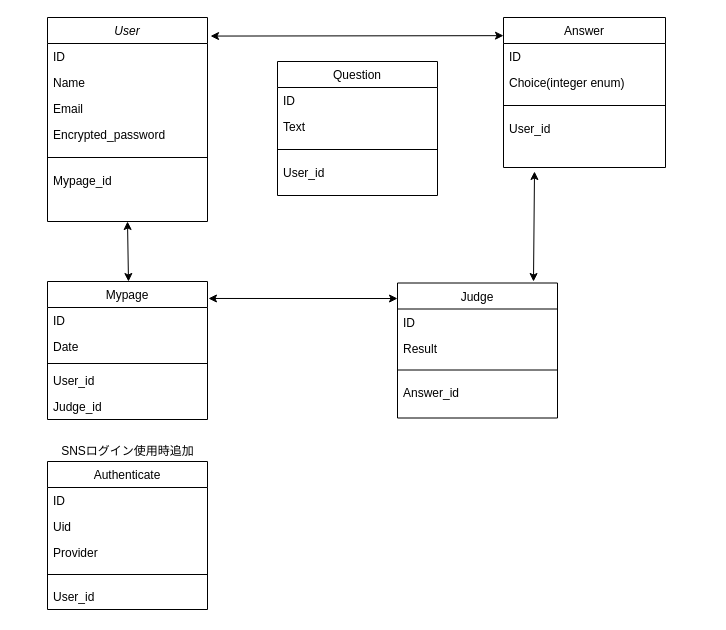
The draw.io diagram ER図.drawio in kyohei-917/meat_head, before the edit. Source tidied: cells renumbered, new cells numbered last; positions are measured from the earlier drawing's top-left corner, leaving out a move shared by most shapes. Both pictures are drawn from the tidied source at 100%, with x=0, y=0 at pixel (47, 17).
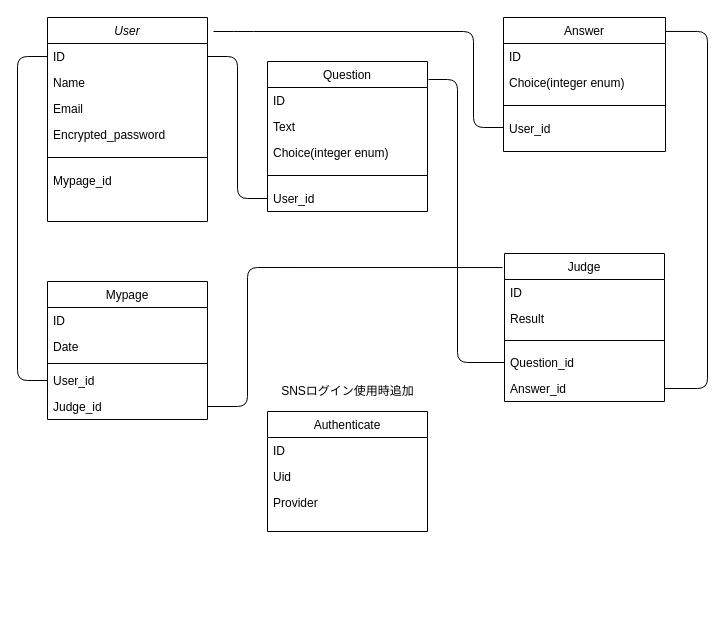
Above is the later version.

The change refers to these unchanged cells:
```xml
<mxCell id="2" value="User" style="swimlane;fontStyle=2;align=center;verticalAlign=top;horizontal=1;startSize=26;rounded=0;shadow=0;strokeWidth=1;" parent="1" vertex="1">
  <mxGeometry width="160" height="204" as="geometry" />
</mxCell>
<mxCell id="3" value="ID" style="text;align=left;verticalAlign=top;spacingLeft=4;spacingRight=4;overflow=hidden;points=[[0,0.5],[1,0.5]];portConstraint=eastwest;" parent="2" vertex="1">
  <mxGeometry y="26" width="160" height="26" as="geometry" />
</mxCell>
<mxCell id="14" value="Mypage" style="swimlane;fontStyle=0;align=center;verticalAlign=top;horizontal=1;startSize=26;rounded=0;shadow=0;strokeWidth=1;" parent="1" vertex="1">
  <mxGeometry y="264" width="160" height="138" as="geometry" />
</mxCell>
<mxCell id="18" value="User_id" style="text;align=left;verticalAlign=top;spacingLeft=4;spacingRight=4;overflow=hidden;points=[[0,0.5],[1,0.5]];portConstraint=eastwest;" parent="14" vertex="1">
  <mxGeometry y="86" width="160" height="26" as="geometry" />
</mxCell>
<mxCell id="19" value="Judge_id" style="text;align=left;verticalAlign=top;spacingLeft=4;spacingRight=4;overflow=hidden;points=[[0,0.5],[1,0.5]];portConstraint=eastwest;" parent="14" vertex="1">
  <mxGeometry y="112" width="160" height="26" as="geometry" />
</mxCell>
```

Change to the diagram source:
```diff
@@
     <mxCell id="9" value="Judge" style="swimlane;fontStyle=0;align=center;verticalAlign=top;horizontal=1;startSize=26;rounded=0;shadow=0;strokeWidth=1;" parent="1" vertex="1">
-      <mxGeometry x="350" y="265.5" width="160" height="135" as="geometry" />
+      <mxGeometry x="457" y="236" width="160" height="148" as="geometry" />
     </mxCell>
@@
-    <mxCell id="13" value="Answer_id" style="text;align=left;verticalAlign=top;spacingLeft=4;spacingRight=4;overflow=hidden;points=[[0,0.5],[1,0.5]];portConstraint=eastwest;" parent="9" vertex="1">
+    <mxCell id="13" value="Question_id" style="text;align=left;verticalAlign=top;spacingLeft=4;spacingRight=4;overflow=hidden;points=[[0,0.5],[1,0.5]];portConstraint=eastwest;" parent="9" vertex="1">
       <mxGeometry y="96" width="160" height="26" as="geometry" />
     </mxCell>
+    <mxCell id="41" value="Answer_id" style="text;align=left;verticalAlign=top;spacingLeft=4;spacingRight=4;overflow=hidden;points=[[0,0.5],[1,0.5]];portConstraint=eastwest;" parent="9" vertex="1">
+      <mxGeometry y="122" width="160" height="26" as="geometry" />
+    </mxCell>
@@
     <mxCell id="20" value="Question" style="swimlane;fontStyle=0;align=center;verticalAlign=top;horizontal=1;startSize=26;rounded=0;shadow=0;strokeWidth=1;" parent="1" vertex="1">
-      <mxGeometry x="230" y="44" width="160" height="134" as="geometry" />
+      <mxGeometry x="220" y="44" width="160" height="150" as="geometry" />
     </mxCell>
@@
+    <mxCell id="42" value="Choice(integer enum)&#10;" style="text;align=left;verticalAlign=top;spacingLeft=4;spacingRight=4;overflow=hidden;rounded=0;shadow=0;html=0;" parent="20" vertex="1">
+      <mxGeometry y="78" width="160" height="26" as="geometry" />
+    </mxCell>
     <mxCell id="23" style="line;html=1;strokeWidth=1;align=left;verticalAlign=middle;spacingTop=-1;spacingLeft=3;spacingRight=3;labelPosition=right;" parent="20" vertex="1">
-      <mxGeometry y="78" width="160" height="20" as="geometry" />
+      <mxGeometry y="104" width="160" height="20" as="geometry" />
     </mxCell>
     <mxCell id="24" value="User_id" style="text;align=left;verticalAlign=top;spacingLeft=4;spacingRight=4;overflow=hidden;points=[[0,0.5],[1,0.5]];portConstraint=eastwest;rounded=0;shadow=0;html=0;" parent="20" vertex="1">
-      <mxGeometry y="98" width="160" height="26" as="geometry" />
+      <mxGeometry y="124" width="160" height="26" as="geometry" />
     </mxCell>
     <mxCell id="25" value="Answer" style="swimlane;fontStyle=0;align=center;verticalAlign=top;horizontal=1;startSize=26;rounded=0;shadow=0;strokeWidth=1;" parent="1" vertex="1">
-      <mxGeometry x="456" width="162" height="150" as="geometry" />
+      <mxGeometry x="456" width="162" height="134" as="geometry" />
     </mxCell>
@@
-    <mxCell id="30" style="endArrow=classic;startArrow=classic;html=1;exitX=0;exitY=0.121;exitDx=0;exitDy=0;exitPerimeter=0;entryX=1.019;entryY=0.091;entryDx=0;entryDy=0;entryPerimeter=0;" parent="1" edge="1" source="25" target="2">
-      <mxGeometry relative="1" as="geometry" />
-    </mxCell>
-    <mxCell id="31" style="endArrow=classic;startArrow=classic;html=1;exitX=0.85;exitY=-0.011;exitDx=0;exitDy=0;exitPerimeter=0;" parent="1" edge="1" source="9">
-      <mxGeometry relative="1" as="geometry">
-        <mxPoint x="487" y="154" as="targetPoint" />
-      </mxGeometry>
-    </mxCell>
-    <mxCell id="32" style="endArrow=classic;startArrow=classic;html=1;exitX=0;exitY=0.115;exitDx=0;exitDy=0;exitPerimeter=0;entryX=1.006;entryY=0.123;entryDx=0;entryDy=0;entryPerimeter=0;" parent="1" edge="1" source="9" target="14">
-      <mxGeometry relative="1" as="geometry" />
-    </mxCell>
-    <mxCell id="33" style="endArrow=classic;startArrow=classic;html=1;entryX=0.5;entryY=1;entryDx=0;entryDy=0;" parent="1" edge="1" target="2">
-      <mxGeometry relative="1" as="geometry">
-        <mxPoint x="81" y="264" as="sourcePoint" />
-      </mxGeometry>
-    </mxCell>
     <mxCell id="34" value="Authenticate" style="swimlane;fontStyle=0;align=center;verticalAlign=top;horizontal=1;startSize=26;rounded=0;shadow=0;strokeWidth=1;" parent="1" vertex="1">
-      <mxGeometry y="444" width="160" height="148" as="geometry" />
+      <mxGeometry x="220" y="394" width="160" height="120" as="geometry" />
     </mxCell>
@@
-    <mxCell id="38" style="line;html=1;strokeWidth=1;align=left;verticalAlign=middle;spacingTop=-1;spacingLeft=3;spacingRight=3;labelPosition=right;" parent="34" vertex="1">
-      <mxGeometry y="104" width="160" height="18" as="geometry" />
-    </mxCell>
-    <mxCell id="39" value="User_id" style="text;align=left;verticalAlign=top;spacingLeft=4;spacingRight=4;overflow=hidden;" parent="34" vertex="1">
-      <mxGeometry y="122" width="160" height="26" as="geometry" />
-    </mxCell>
     <mxCell id="40" value="SNSログイン使用時追加" style="text;html=1;align=center;verticalAlign=middle;" parent="1" vertex="1">
-      <mxGeometry x="5" y="424" width="150" height="20" as="geometry" />
+      <mxGeometry x="225" y="364" width="150" height="20" as="geometry" />
     </mxCell>
+    <mxCell id="43" style="endArrow=none;html=1;exitX=1;exitY=0.5;exitDx=0;exitDy=0;entryX=0;entryY=0.5;entryDx=0;entryDy=0;" parent="1" edge="1" source="3" target="24">
+      <mxGeometry relative="1" as="geometry">
+        <Array as="points">
+          <mxPoint x="190" y="39" />
+          <mxPoint x="190" y="181" />
+        </Array>
+      </mxGeometry>
+    </mxCell>
+    <mxCell id="44" style="endArrow=none;html=1;exitX=1;exitY=0.5;exitDx=0;exitDy=0;" parent="1" edge="1">
+      <mxGeometry relative="1" as="geometry">
+        <mxPoint x="166" y="14" as="sourcePoint" />
+        <mxPoint x="456" y="110" as="targetPoint" />
+        <Array as="points">
+          <mxPoint x="196" y="14" />
+          <mxPoint x="426" y="14" />
+          <mxPoint x="426" y="110" />
+        </Array>
+      </mxGeometry>
+    </mxCell>
+    <mxCell id="45" style="endArrow=none;html=1;entryX=0;entryY=0.5;entryDx=0;entryDy=0;exitX=0;exitY=0.5;exitDx=0;exitDy=0;" parent="1" edge="1" source="18" target="3">
+      <mxGeometry relative="1" as="geometry">
+        <Array as="points">
+          <mxPoint x="-30" y="363" />
+          <mxPoint x="-30" y="39" />
+        </Array>
+      </mxGeometry>
+    </mxCell>
+    <mxCell id="46" style="endArrow=none;html=1;entryX=1.006;entryY=0.12;entryDx=0;entryDy=0;entryPerimeter=0;exitX=0;exitY=0.5;exitDx=0;exitDy=0;" parent="1" edge="1" source="13" target="20">
+      <mxGeometry relative="1" as="geometry">
+        <Array as="points">
+          <mxPoint x="410" y="345" />
+          <mxPoint x="410" y="62" />
+        </Array>
+      </mxGeometry>
+    </mxCell>
+    <mxCell id="47" style="endArrow=none;html=1;entryX=1;entryY=0.104;entryDx=0;entryDy=0;entryPerimeter=0;exitX=1;exitY=0.5;exitDx=0;exitDy=0;" parent="1" edge="1" source="41" target="25">
+      <mxGeometry relative="1" as="geometry">
+        <Array as="points">
+          <mxPoint x="660" y="371" />
+          <mxPoint x="660" y="14" />
+        </Array>
+      </mxGeometry>
+    </mxCell>
+    <mxCell id="48" style="endArrow=none;html=1;entryX=-0.012;entryY=0.095;entryDx=0;entryDy=0;entryPerimeter=0;exitX=1;exitY=0.5;exitDx=0;exitDy=0;" parent="1" edge="1" source="19" target="9">
+      <mxGeometry relative="1" as="geometry">
+        <Array as="points">
+          <mxPoint x="200" y="389" />
+          <mxPoint x="200" y="250" />
+        </Array>
+      </mxGeometry>
+    </mxCell>
```
